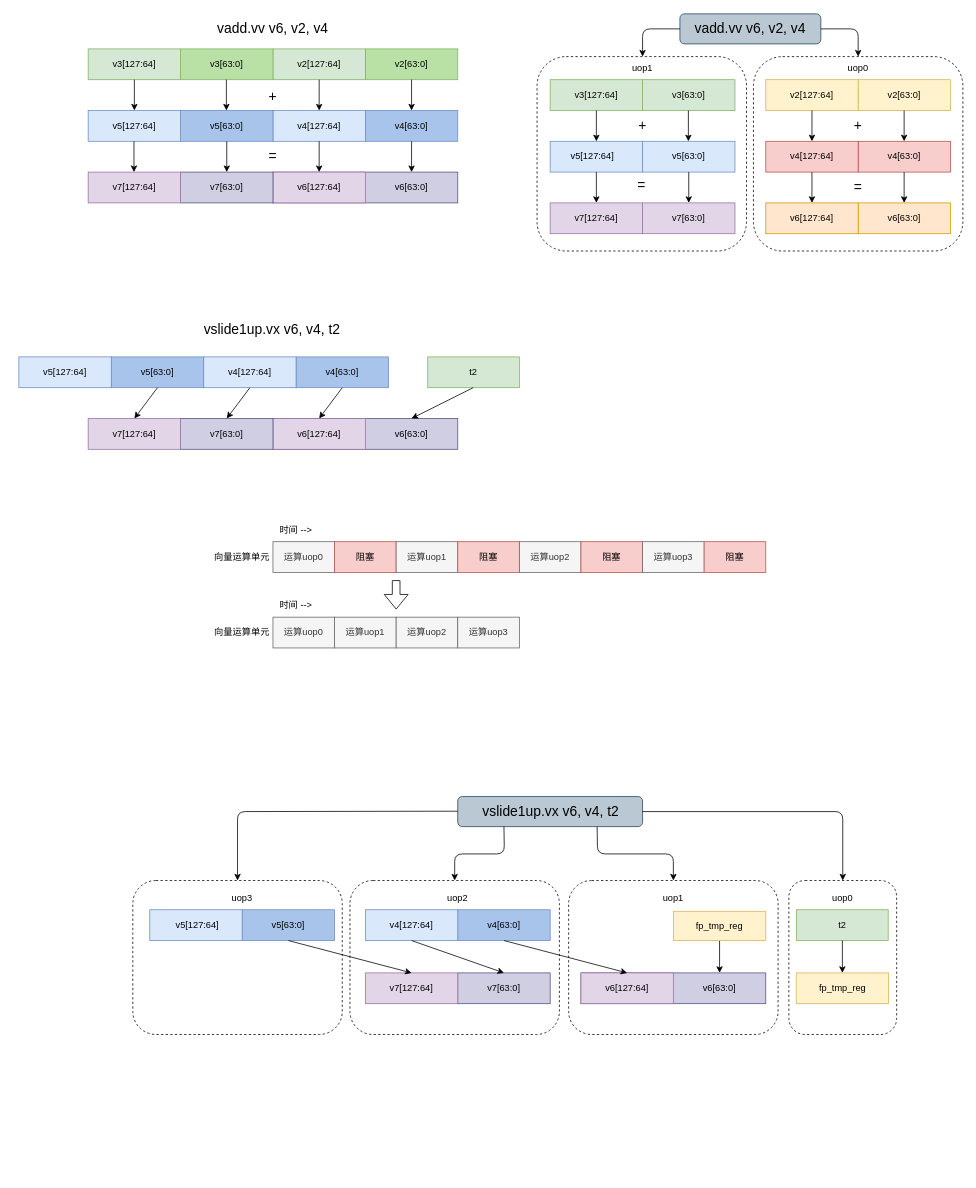
Before: vector1.drawio in Ziyue-Zhang/draw_picture, a draw.io diagram. Source tidied: cells renumbered, new cells numbered last; positions are measured from the earlier drawing's top-left corner, leaving out a move shared by most shapes. Both pictures are drawn from the tidied source at 77%, with x=0, y=0 at pixel (18, 13).
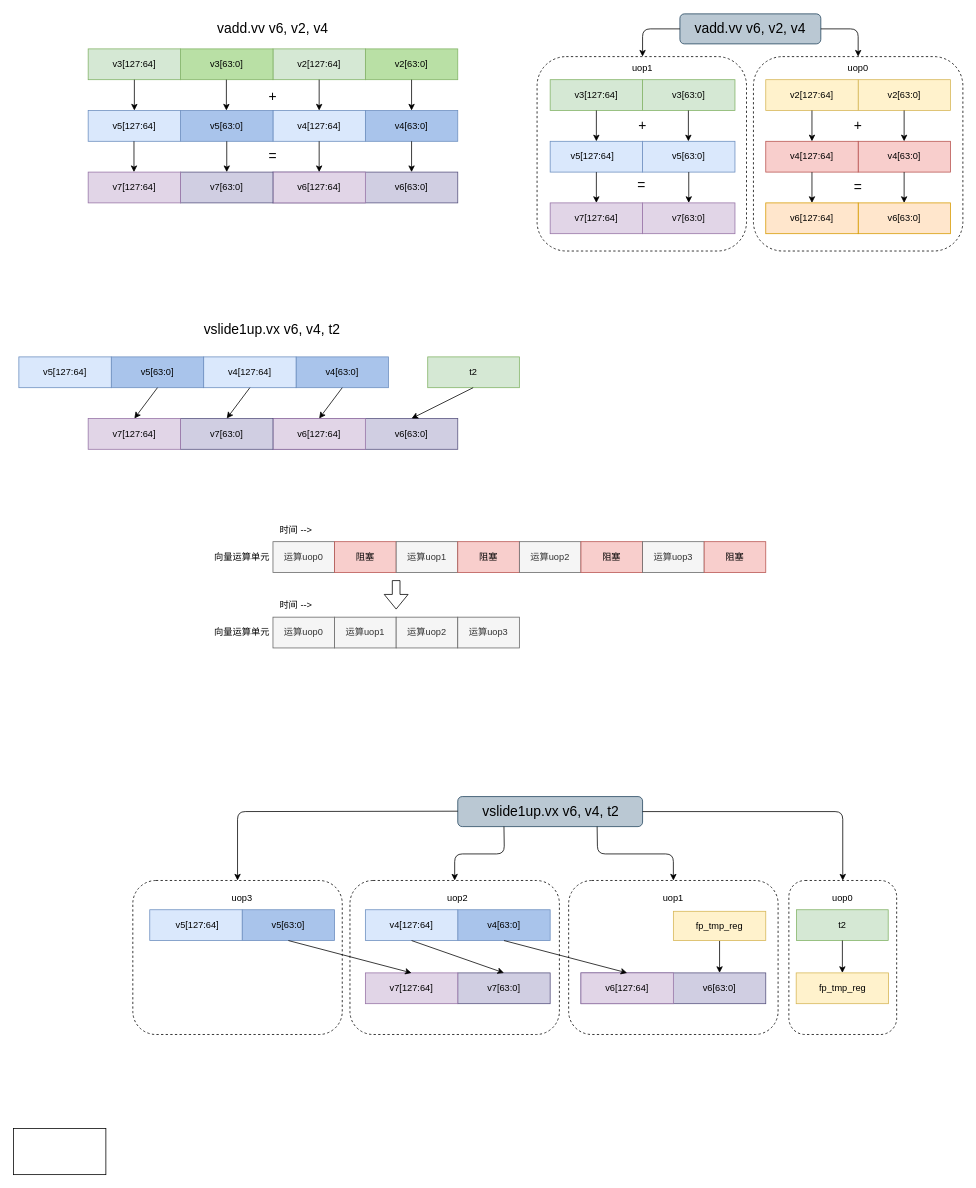
The same page after the edit.

Change to the diagram source:
```diff
@@
+    <mxCell id="158" style="rounded=0;whiteSpace=wrap;html=1;" parent="1" vertex="1">
+      <mxGeometry x="-7" y="1448" width="120" height="60" as="geometry" />
+    </mxCell>
```
